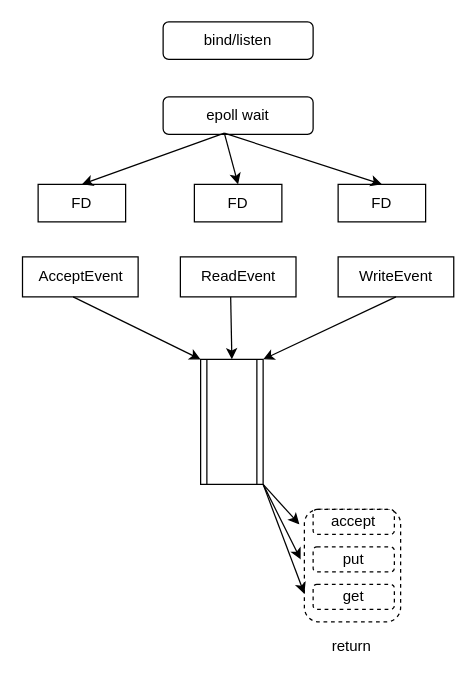
Earlier version of the draw.io diagram Redis.drawio (BlankKelly/diagrams). Source tidied: cells renumbered, new cells numbered last; positions are measured from the earlier drawing's top-left corner, leaving out a move shared by most shapes. Both pictures are drawn from the tidied source at 125%, with x=0, y=0 at pixel (22, 21).
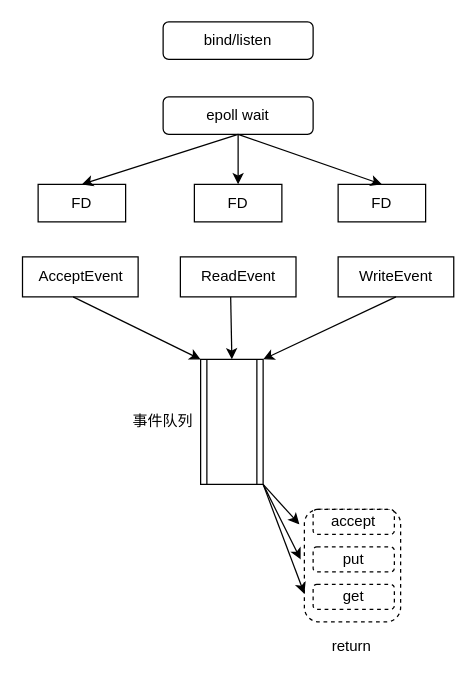
After the change.

Unchanged cells that the change refers to:
```xml
<mxCell id="3" value="epoll wait" style="rounded=1;whiteSpace=wrap;html=1;" parent="1" vertex="1">
  <mxGeometry x="112" y="60" width="120" height="30" as="geometry" />
</mxCell>
<mxCell id="4" value="FD" style="rounded=0;whiteSpace=wrap;html=1;" parent="1" vertex="1">
  <mxGeometry x="12" y="130" width="70" height="30" as="geometry" />
</mxCell>
<mxCell id="5" value="FD" style="rounded=0;whiteSpace=wrap;html=1;" parent="1" vertex="1">
  <mxGeometry x="137" y="130" width="70" height="30" as="geometry" />
</mxCell>
<mxCell id="6" value="FD" style="rounded=0;whiteSpace=wrap;html=1;" parent="1" vertex="1">
  <mxGeometry x="252" y="130" width="70" height="30" as="geometry" />
</mxCell>
```

The edit, as a diff of the source:
```diff
@@
-    <mxCell id="7" style="endArrow=classic;html=1;rounded=0;exitX=0.408;exitY=0.967;exitDx=0;exitDy=0;exitPerimeter=0;entryX=0.5;entryY=0;entryDx=0;entryDy=0;" parent="1" edge="1" source="3" target="4">
-      <mxGeometry relative="1" as="geometry" />
+    <mxCell id="7" style="endArrow=classic;html=1;rounded=0;entryX=0.5;entryY=0;entryDx=0;entryDy=0;" parent="1" edge="1" target="4">
+      <mxGeometry relative="1" as="geometry">
+        <mxPoint x="172" y="90" as="sourcePoint" />
+      </mxGeometry>
     </mxCell>
-    <mxCell id="8" style="endArrow=classic;html=1;rounded=0;exitX=0.408;exitY=0.967;exitDx=0;exitDy=0;exitPerimeter=0;entryX=0.5;entryY=0;entryDx=0;entryDy=0;" parent="1" edge="1" source="3" target="5">
-      <mxGeometry relative="1" as="geometry" />
+    <mxCell id="8" style="endArrow=classic;html=1;rounded=0;entryX=0.5;entryY=0;entryDx=0;entryDy=0;" parent="1" edge="1" target="5">
+      <mxGeometry relative="1" as="geometry">
+        <mxPoint x="172" y="90" as="sourcePoint" />
+      </mxGeometry>
     </mxCell>
-    <mxCell id="9" style="endArrow=classic;html=1;rounded=0;exitX=0.408;exitY=0.967;exitDx=0;exitDy=0;exitPerimeter=0;entryX=0.5;entryY=0;entryDx=0;entryDy=0;" parent="1" edge="1" source="3" target="6">
+    <mxCell id="9" style="endArrow=classic;html=1;rounded=0;exitX=0.5;exitY=1;exitDx=0;exitDy=0;entryX=0.5;entryY=0;entryDx=0;entryDy=0;" parent="1" edge="1" source="3" target="6">
       <mxGeometry relative="1" as="geometry" />
     </mxCell>
@@
+    <mxCell id="25" value="事件队列" style="text;html=1;strokeColor=none;fillColor=none;align=center;verticalAlign=middle;whiteSpace=wrap;rounded=0;dashed=1;" parent="1" vertex="1">
+      <mxGeometry x="82" y="305" width="60" height="30" as="geometry" />
+    </mxCell>
```
